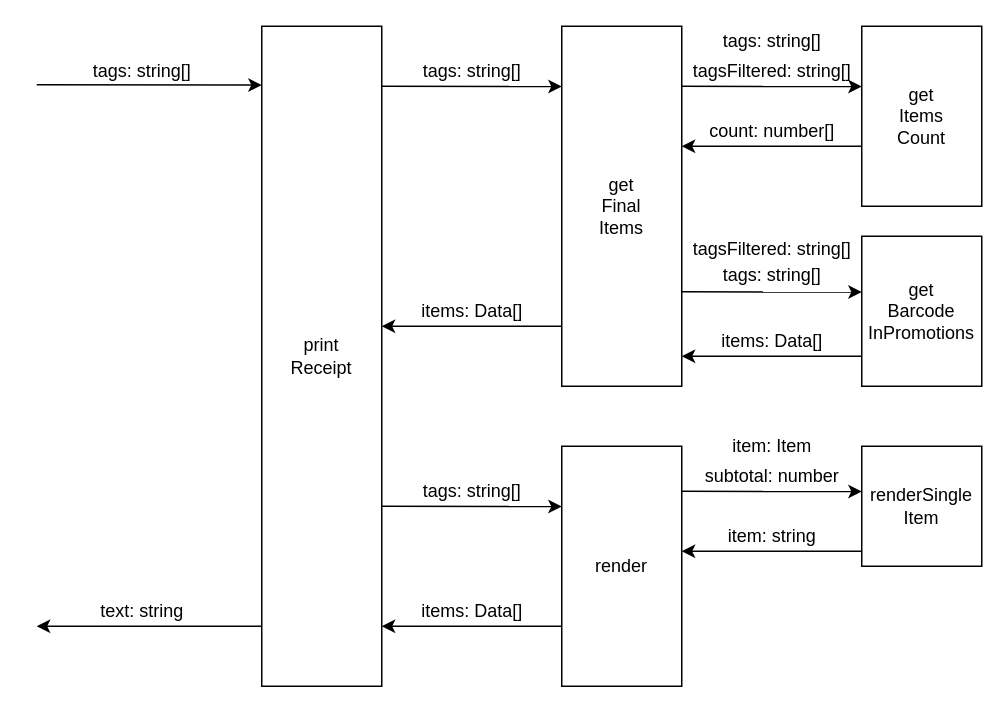
This is thoughtswork/pos.drawio from DDDAZ/demo, a draw.io file, before an edit. Source tidied: cells renumbered, new cells numbered last; positions are measured from the earlier drawing's top-left corner, leaving out a move shared by most shapes. Both pictures are drawn from the tidied source at 150%, with x=0, y=0 at pixel (36, 26).
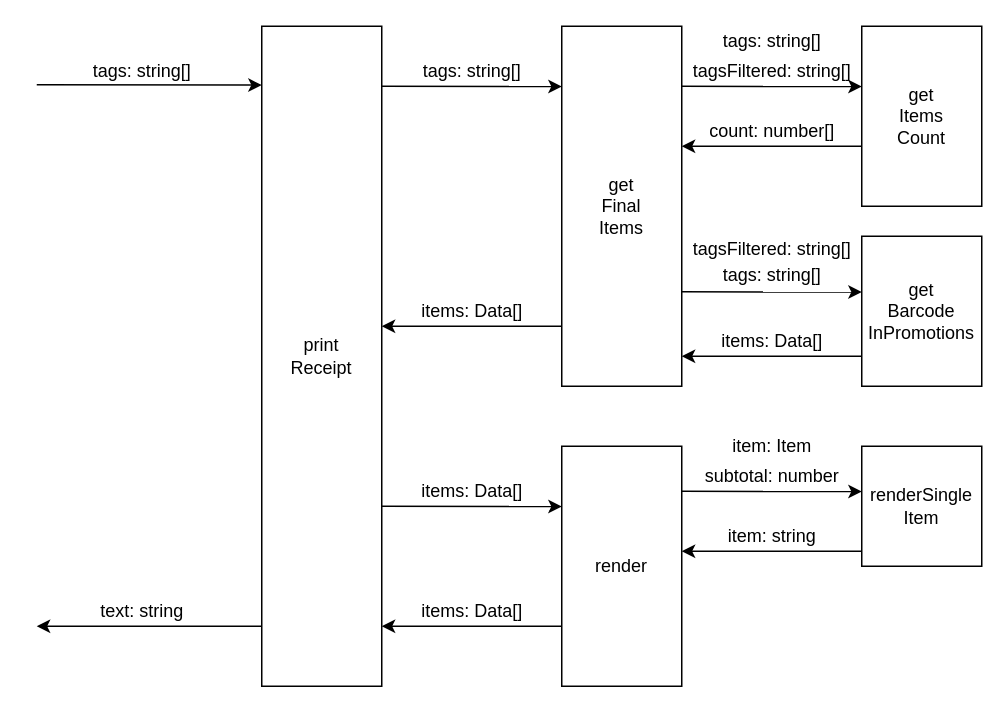
After the change.

Diff of the diagram source:
```diff
@@
-    <mxCell id="15" value="tags: string[]" style="text;html=1;align=center;verticalAlign=middle;" parent="1" vertex="1">
-      <mxGeometry x="250" y="300" width="80" height="20" as="geometry" />
-    </mxCell>
@@
+    <mxCell id="35" value="items: Data[]" style="text;html=1;align=center;verticalAlign=middle;" parent="1" vertex="1">
+      <mxGeometry x="250" y="300" width="80" height="20" as="geometry" />
+    </mxCell>
```
